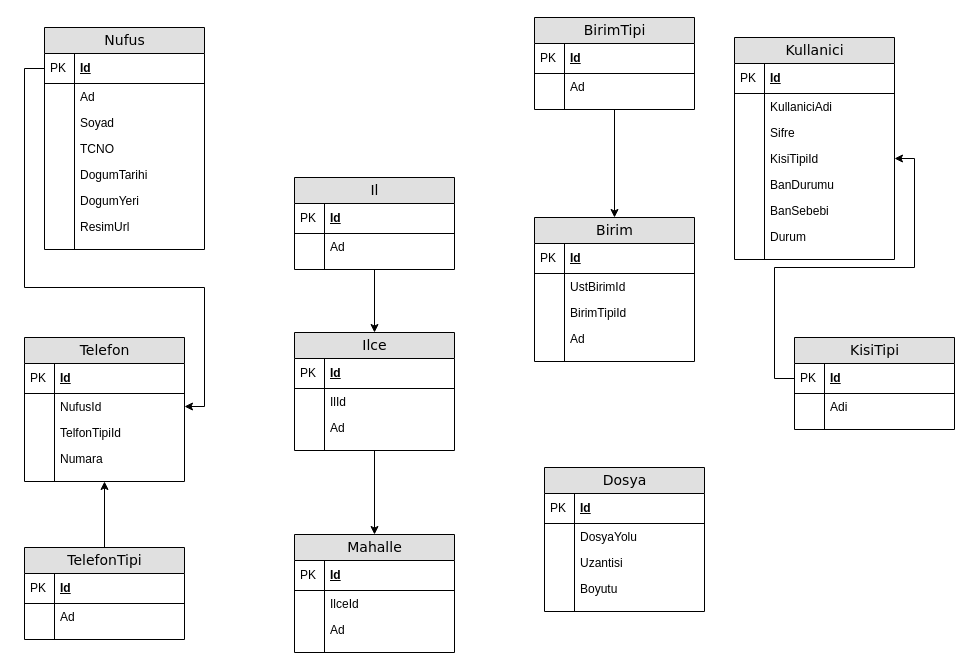
This is page "Genel" (1 of 9) of Kur 2/Veritabanı Diagrams.drawio from etuncay/kugim-gen-yazilimcilar-egitim-programi, a draw.io file, before an edit. Source tidied: cells renumbered, new cells numbered last; positions are measured from the earlier drawing's top-left corner, leaving out a move shared by most shapes. Both pictures are drawn from the tidied source at 100%, with x=0, y=0 at pixel (24, 17).
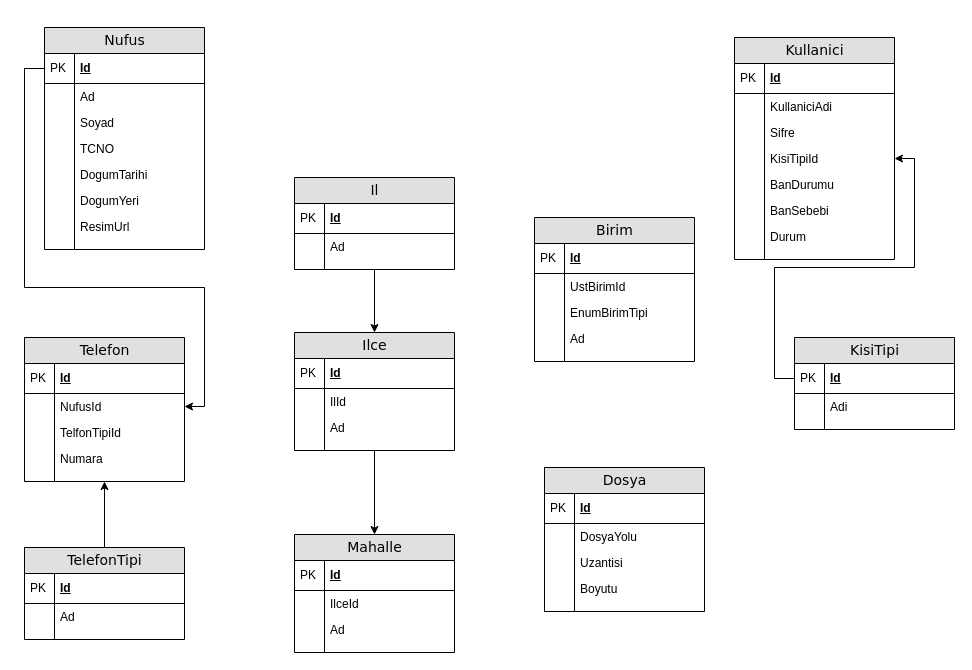
The same page after the edit.

The change refers to these unchanged cells:
```xml
<mxCell id="47" value="Birim" style="swimlane;html=1;fontStyle=0;horizontal=1;startSize=26;fillColor=#e0e0e0;swimlaneFillColor=#ffffff;align=center;rounded=0;shadow=0;comic=0;labelBackgroundColor=none;strokeWidth=1;fontFamily=Verdana;fontSize=14;" parent="1" vertex="1">
  <mxGeometry x="510" y="200" width="160" height="144" as="geometry" />
</mxCell>
```

What changed in the source:
```diff
@@
-    <mxCell id="39" style="edgeStyle=orthogonalEdgeStyle;rounded=0;jettySize=auto;html=1;" parent="1" edge="1" source="40" target="47">
-      <mxGeometry relative="1" as="geometry" />
-    </mxCell>
-    <mxCell id="40" value="BirimTipi" style="swimlane;html=1;fontStyle=0;horizontal=1;startSize=26;fillColor=#e0e0e0;swimlaneFillColor=#ffffff;align=center;rounded=0;shadow=0;comic=0;labelBackgroundColor=none;strokeWidth=1;fontFamily=Verdana;fontSize=14;" parent="1" vertex="1">
-      <mxGeometry x="510" width="160" height="92" as="geometry" />
-    </mxCell>
-    <mxCell id="41" value="Id" style="shape=partialRectangle;top=0;left=0;right=0;bottom=1;html=1;align=left;verticalAlign=middle;fillColor=none;spacingLeft=34;spacingRight=4;whiteSpace=wrap;overflow=hidden;fontStyle=5;" parent="40" vertex="1">
-      <mxGeometry y="26" width="160" height="30" as="geometry" />
-    </mxCell>
-    <mxCell id="42" value="PK" style="shape=partialRectangle;top=0;left=0;bottom=0;html=1;fillColor=none;align=left;verticalAlign=middle;spacingLeft=4;spacingRight=4;whiteSpace=wrap;overflow=hidden;" parent="41" vertex="1">
-      <mxGeometry width="30" height="30" as="geometry" />
-    </mxCell>
-    <mxCell id="43" value="Ad" style="shape=partialRectangle;top=0;left=0;right=0;bottom=0;html=1;align=left;verticalAlign=top;fillColor=none;spacingLeft=34;spacingRight=4;whiteSpace=wrap;overflow=hidden;" parent="40" vertex="1">
-      <mxGeometry y="56" width="160" height="26" as="geometry" />
-    </mxCell>
-    <mxCell id="44" style="shape=partialRectangle;top=0;left=0;bottom=0;html=1;fillColor=none;align=left;verticalAlign=top;spacingLeft=4;spacingRight=4;whiteSpace=wrap;overflow=hidden;" parent="43" vertex="1">
-      <mxGeometry width="30" height="26" as="geometry" />
-    </mxCell>
-    <mxCell id="45" style="shape=partialRectangle;top=0;left=0;right=0;bottom=0;html=1;align=left;verticalAlign=top;fillColor=none;spacingLeft=34;spacingRight=4;whiteSpace=wrap;overflow=hidden;" parent="40" vertex="1">
-      <mxGeometry y="82" width="160" height="10" as="geometry" />
-    </mxCell>
-    <mxCell id="46" style="shape=partialRectangle;top=0;left=0;bottom=0;html=1;fillColor=none;align=left;verticalAlign=top;spacingLeft=4;spacingRight=4;whiteSpace=wrap;overflow=hidden;" parent="45" vertex="1">
-      <mxGeometry width="30" height="10" as="geometry" />
-    </mxCell>
@@
-    <mxCell id="52" value="BirimTipiId" style="shape=partialRectangle;top=0;left=0;right=0;bottom=0;html=1;align=left;verticalAlign=top;fillColor=none;spacingLeft=34;spacingRight=4;whiteSpace=wrap;overflow=hidden;" parent="47" vertex="1">
+    <mxCell id="52" value="EnumBirimTipi" style="shape=partialRectangle;top=0;left=0;right=0;bottom=0;html=1;align=left;verticalAlign=top;fillColor=none;spacingLeft=34;spacingRight=4;whiteSpace=wrap;overflow=hidden;" parent="47" vertex="1">
       <mxGeometry y="82" width="160" height="26" as="geometry" />
     </mxCell>
```
